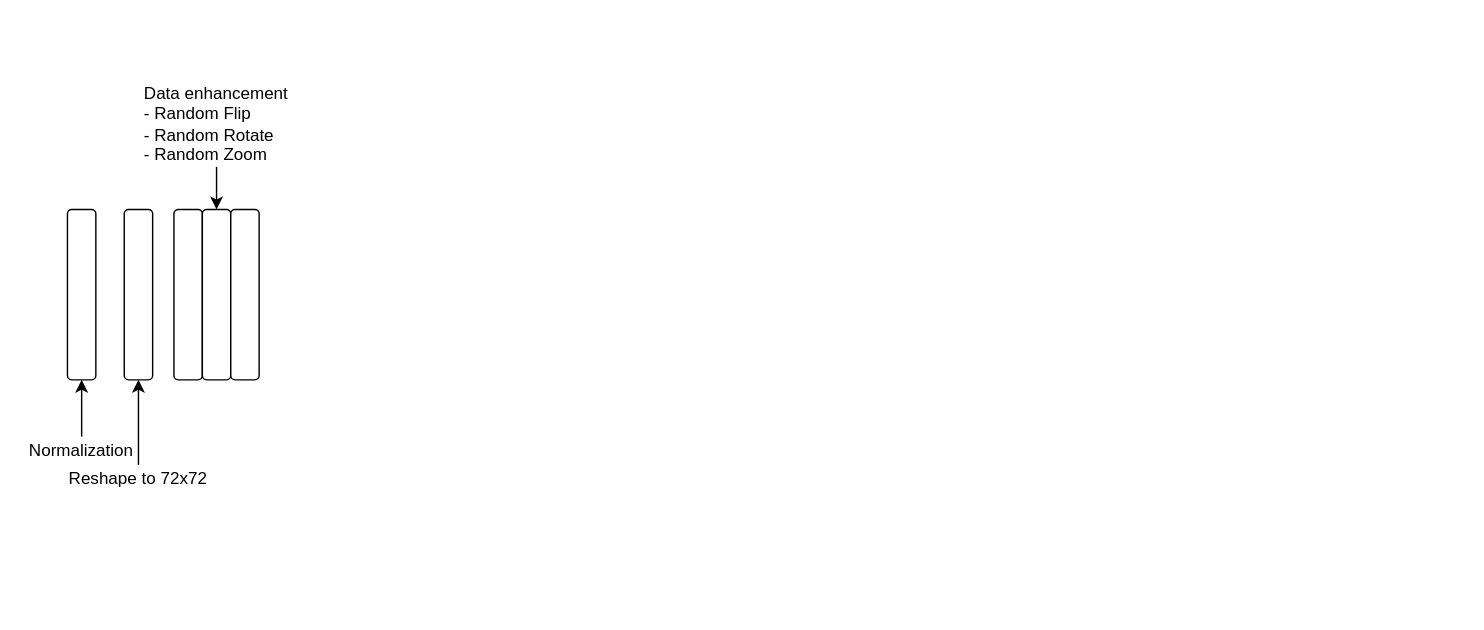
Earlier version of the draw.io diagram Untitled Diagram.drawio (ZizhengYang/Drawio_Collection). Source tidied: cells renumbered, new cells numbered last; positions are measured from the earlier drawing's top-left corner, leaving out a move shared by most shapes. Both pictures are drawn from the tidied source at 142%, with x=0, y=0 at pixel (24, 81). Pictures stored in the file or linked from it are replaced by grey dashed boxes.
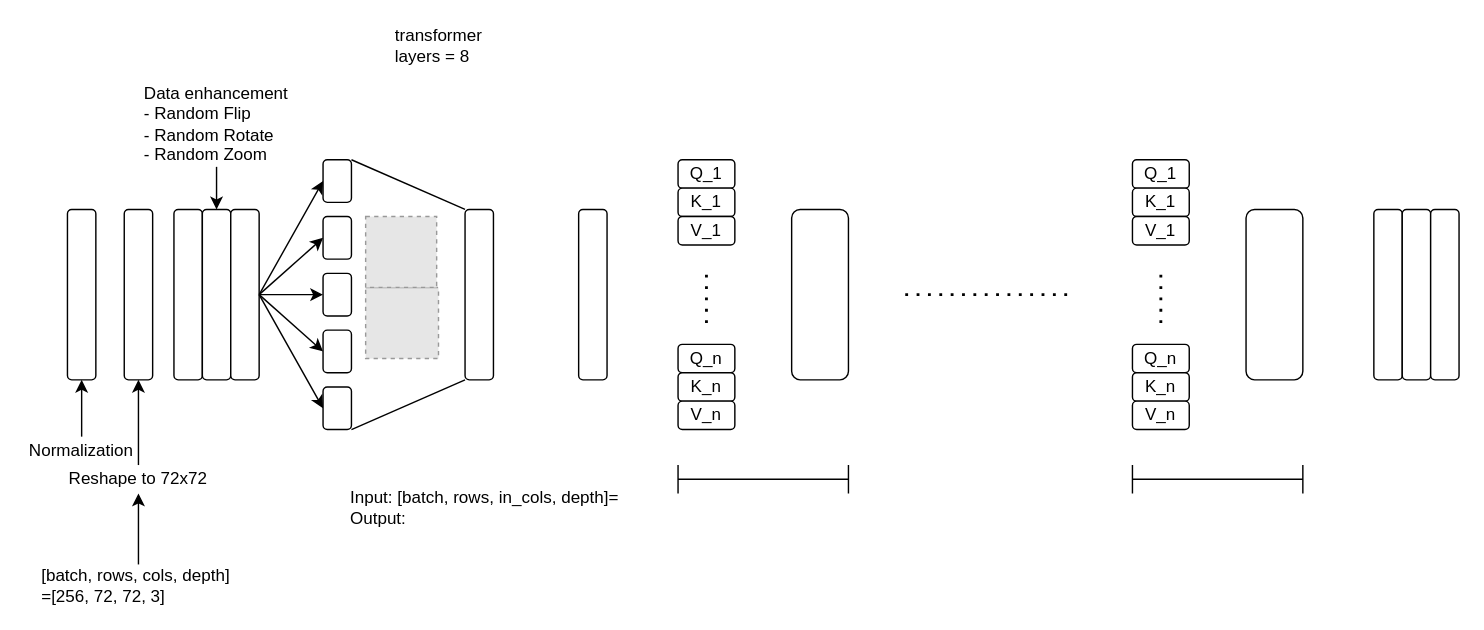
Above is the later version.

The change refers to these unchanged cells:
```xml
<mxCell id="6" value="Reshape to 72x72" style="rounded=0;whiteSpace=wrap;html=1;fillColor=none;strokeColor=none;" parent="1" vertex="1">
  <mxGeometry x="25" y="270" width="110" height="20" as="geometry" />
</mxCell>
<mxCell id="10" style="rounded=1;whiteSpace=wrap;html=1;" parent="1" vertex="1">
  <mxGeometry x="145" y="90" width="20" height="120" as="geometry" />
</mxCell>
```

The edit, as a diff of the source:
```diff
@@
-    <mxCell id="2" style="rounded=1;whiteSpace=wrap;html=1;" parent="1" vertex="1">
+    <mxCell id="2" style="rounded=1;whiteSpace=wrap;html=1;shadow=0;" parent="1" vertex="1">
       <mxGeometry x="30" y="90" width="20" height="120" as="geometry" />
     </mxCell>
@@
+    <mxCell id="13" style="fillColor=#E6E6E6;strokeColor=#999999;dashed=1;verticalLabelPosition=bottom;labelBackgroundColor=default;verticalAlign=top;" parent="1" vertex="1">
+      <mxGeometry x="240" y="145" width="51.3" height="50" as="geometry" />
+    </mxCell>
+    <mxCell id="14" value="&lt;div style=&quot;text-align: left;&quot;&gt;Input: [batch, rows, in_cols, depth]=&lt;/div&gt;&lt;div style=&quot;text-align: left;&quot;&gt;Output:&lt;/div&gt;" style="rounded=0;whiteSpace=wrap;html=1;fillColor=none;strokeColor=none;" parent="1" vertex="1">
+      <mxGeometry x="159" y="270" width="330" height="60" as="geometry" />
+    </mxCell>
+    <mxCell id="15" style="endArrow=classic;html=1;rounded=0;entryX=0.5;entryY=1;entryDx=0;entryDy=0;exitX=0.5;exitY=0;exitDx=0;exitDy=0;" parent="1" edge="1" source="16" target="6">
+      <mxGeometry relative="1" as="geometry" />
+    </mxCell>
+    <mxCell id="16" value="[batch, rows, cols, depth]&lt;br&gt;=[256,&amp;nbsp;&lt;span style=&quot;background-color: initial;&quot;&gt;72, 72, 3]&lt;/span&gt;" style="rounded=0;whiteSpace=wrap;html=1;fillColor=none;strokeColor=none;align=left;" parent="1" vertex="1">
+      <mxGeometry x="10" y="340" width="140" height="30" as="geometry" />
+    </mxCell>
+    <mxCell id="17" style="fillColor=#E6E6E6;strokeColor=#999999;dashed=1;verticalLabelPosition=bottom;labelBackgroundColor=default;verticalAlign=top;" parent="1" vertex="1">
+      <mxGeometry x="240" y="95" width="50" height="50" as="geometry" />
+    </mxCell>
+    <mxCell id="18" style="rounded=1;whiteSpace=wrap;html=1;" parent="1" vertex="1">
+      <mxGeometry x="210" y="55" width="20" height="30" as="geometry" />
+    </mxCell>
+    <mxCell id="19" style="rounded=1;whiteSpace=wrap;html=1;" parent="1" vertex="1">
+      <mxGeometry x="210" y="95" width="20" height="30" as="geometry" />
+    </mxCell>
+    <mxCell id="20" style="rounded=1;whiteSpace=wrap;html=1;" parent="1" vertex="1">
+      <mxGeometry x="210" y="135" width="20" height="30" as="geometry" />
+    </mxCell>
+    <mxCell id="21" style="rounded=1;whiteSpace=wrap;html=1;" parent="1" vertex="1">
+      <mxGeometry x="210" y="175" width="20" height="30" as="geometry" />
+    </mxCell>
+    <mxCell id="22" style="rounded=1;whiteSpace=wrap;html=1;" parent="1" vertex="1">
+      <mxGeometry x="210" y="215" width="20" height="30" as="geometry" />
+    </mxCell>
+    <mxCell id="23" value="&lt;div style=&quot;text-align: left;&quot;&gt;transformer layers = 8&lt;/div&gt;" style="rounded=0;whiteSpace=wrap;html=1;fillColor=none;strokeColor=none;" parent="1" vertex="1">
+      <mxGeometry x="260" y="-40" width="70" height="30" as="geometry" />
+    </mxCell>
+    <mxCell id="24" style="rounded=1;whiteSpace=wrap;html=1;" parent="1" vertex="1">
+      <mxGeometry x="390" y="90" width="20" height="120" as="geometry" />
+    </mxCell>
+    <mxCell id="25" style="rounded=1;whiteSpace=wrap;html=1;" parent="1" vertex="1">
+      <mxGeometry x="310" y="90" width="20" height="120" as="geometry" />
+    </mxCell>
+    <mxCell id="26" style="endArrow=none;html=1;rounded=0;exitX=1;exitY=0;exitDx=0;exitDy=0;entryX=0;entryY=0;entryDx=0;entryDy=0;" parent="1" edge="1" source="18" target="25">
+      <mxGeometry relative="1" as="geometry" />
+    </mxCell>
+    <mxCell id="27" style="endArrow=none;html=1;rounded=0;exitX=1;exitY=1;exitDx=0;exitDy=0;entryX=0;entryY=1;entryDx=0;entryDy=0;" parent="1" edge="1" source="22" target="25">
+      <mxGeometry relative="1" as="geometry" />
+    </mxCell>
+    <mxCell id="28" style="endArrow=classic;html=1;rounded=0;exitX=1;exitY=0.5;exitDx=0;exitDy=0;entryX=0;entryY=0.5;entryDx=0;entryDy=0;" parent="1" edge="1" source="10" target="18">
+      <mxGeometry relative="1" as="geometry" />
+    </mxCell>
+    <mxCell id="29" style="endArrow=classic;html=1;rounded=0;exitX=1;exitY=0.5;exitDx=0;exitDy=0;entryX=0;entryY=0.5;entryDx=0;entryDy=0;" parent="1" edge="1" source="10" target="19">
+      <mxGeometry relative="1" as="geometry" />
+    </mxCell>
+    <mxCell id="30" style="endArrow=classic;html=1;rounded=0;exitX=1;exitY=0.5;exitDx=0;exitDy=0;entryX=0;entryY=0.5;entryDx=0;entryDy=0;" parent="1" edge="1" source="10" target="20">
+      <mxGeometry relative="1" as="geometry" />
+    </mxCell>
+    <mxCell id="31" style="endArrow=classic;html=1;rounded=0;exitX=1;exitY=0.5;exitDx=0;exitDy=0;entryX=0;entryY=0.5;entryDx=0;entryDy=0;" parent="1" edge="1" source="10" target="21">
+      <mxGeometry relative="1" as="geometry" />
+    </mxCell>
+    <mxCell id="32" style="endArrow=classic;html=1;rounded=0;exitX=1;exitY=0.5;exitDx=0;exitDy=0;entryX=0;entryY=0.5;entryDx=0;entryDy=0;" parent="1" edge="1" source="10" target="22">
+      <mxGeometry relative="1" as="geometry" />
+    </mxCell>
+    <mxCell id="33" value="Q_1" style="rounded=1;whiteSpace=wrap;html=1;" parent="1" vertex="1">
+      <mxGeometry x="460" y="55" width="40" height="20" as="geometry" />
+    </mxCell>
+    <mxCell id="34" value="K_1" style="rounded=1;whiteSpace=wrap;html=1;" parent="1" vertex="1">
+      <mxGeometry x="460" y="75" width="40" height="20" as="geometry" />
+    </mxCell>
+    <mxCell id="35" value="V_1" style="rounded=1;whiteSpace=wrap;html=1;" parent="1" vertex="1">
+      <mxGeometry x="460" y="95" width="40" height="20" as="geometry" />
+    </mxCell>
+    <mxCell id="36" value="Q_n" style="rounded=1;whiteSpace=wrap;html=1;" parent="1" vertex="1">
+      <mxGeometry x="460" y="185" width="40" height="20" as="geometry" />
+    </mxCell>
+    <mxCell id="37" value="K_n" style="rounded=1;whiteSpace=wrap;html=1;" parent="1" vertex="1">
+      <mxGeometry x="460" y="205" width="40" height="20" as="geometry" />
+    </mxCell>
+    <mxCell id="38" value="V_n" style="rounded=1;whiteSpace=wrap;html=1;" parent="1" vertex="1">
+      <mxGeometry x="460" y="225" width="40" height="20" as="geometry" />
+    </mxCell>
+    <mxCell id="39" style="endArrow=none;dashed=1;html=1;dashPattern=1 3;strokeWidth=2;rounded=0;" parent="1" edge="1">
+      <mxGeometry relative="1" as="geometry">
+        <mxPoint x="480" y="170" as="sourcePoint" />
+        <mxPoint x="480" y="130" as="targetPoint" />
+      </mxGeometry>
+    </mxCell>
+    <mxCell id="40" style="rounded=1;whiteSpace=wrap;html=1;" parent="1" vertex="1">
+      <mxGeometry x="540" y="90" width="40" height="120" as="geometry" />
+    </mxCell>
+    <mxCell id="41" style="endArrow=none;dashed=1;html=1;dashPattern=1 3;strokeWidth=2;rounded=0;" parent="1" edge="1">
+      <mxGeometry relative="1" as="geometry">
+        <mxPoint x="620" y="150" as="sourcePoint" />
+        <mxPoint x="740" y="150" as="targetPoint" />
+      </mxGeometry>
+    </mxCell>
+    <mxCell id="42" value="Q_1" style="rounded=1;whiteSpace=wrap;html=1;" parent="1" vertex="1">
+      <mxGeometry x="780" y="55" width="40" height="20" as="geometry" />
+    </mxCell>
+    <mxCell id="43" value="K_1" style="rounded=1;whiteSpace=wrap;html=1;" parent="1" vertex="1">
+      <mxGeometry x="780" y="75" width="40" height="20" as="geometry" />
+    </mxCell>
+    <mxCell id="44" value="V_1" style="rounded=1;whiteSpace=wrap;html=1;" parent="1" vertex="1">
+      <mxGeometry x="780" y="95" width="40" height="20" as="geometry" />
+    </mxCell>
+    <mxCell id="45" value="Q_n" style="rounded=1;whiteSpace=wrap;html=1;" parent="1" vertex="1">
+      <mxGeometry x="780" y="185" width="40" height="20" as="geometry" />
+    </mxCell>
+    <mxCell id="46" value="K_n" style="rounded=1;whiteSpace=wrap;html=1;" parent="1" vertex="1">
+      <mxGeometry x="780" y="205" width="40" height="20" as="geometry" />
+    </mxCell>
+    <mxCell id="47" value="V_n" style="rounded=1;whiteSpace=wrap;html=1;" parent="1" vertex="1">
+      <mxGeometry x="780" y="225" width="40" height="20" as="geometry" />
+    </mxCell>
+    <mxCell id="48" style="endArrow=none;dashed=1;html=1;dashPattern=1 3;strokeWidth=2;rounded=0;" parent="1" edge="1">
+      <mxGeometry relative="1" as="geometry">
+        <mxPoint x="800" y="170" as="sourcePoint" />
+        <mxPoint x="800" y="130" as="targetPoint" />
+      </mxGeometry>
+    </mxCell>
+    <mxCell id="49" style="rounded=1;whiteSpace=wrap;html=1;" parent="1" vertex="1">
+      <mxGeometry x="860" y="90" width="40" height="120" as="geometry" />
+    </mxCell>
+    <mxCell id="50" style="shape=crossbar;whiteSpace=wrap;html=1;rounded=1;" parent="1" vertex="1">
+      <mxGeometry x="460" y="270" width="120" height="20" as="geometry" />
+    </mxCell>
+    <mxCell id="51" style="shape=crossbar;whiteSpace=wrap;html=1;rounded=1;" parent="1" vertex="1">
+      <mxGeometry x="780" y="270" width="120" height="20" as="geometry" />
+    </mxCell>
+    <mxCell id="52" style="rounded=1;whiteSpace=wrap;html=1;" parent="1" vertex="1">
+      <mxGeometry x="950" y="90" width="20" height="120" as="geometry" />
+    </mxCell>
+    <mxCell id="53" style="rounded=1;whiteSpace=wrap;html=1;" parent="1" vertex="1">
+      <mxGeometry x="970" y="90" width="20" height="120" as="geometry" />
+    </mxCell>
+    <mxCell id="54" style="rounded=1;whiteSpace=wrap;html=1;" parent="1" vertex="1">
+      <mxGeometry x="990" y="90" width="20" height="120" as="geometry" />
+    </mxCell>
```
